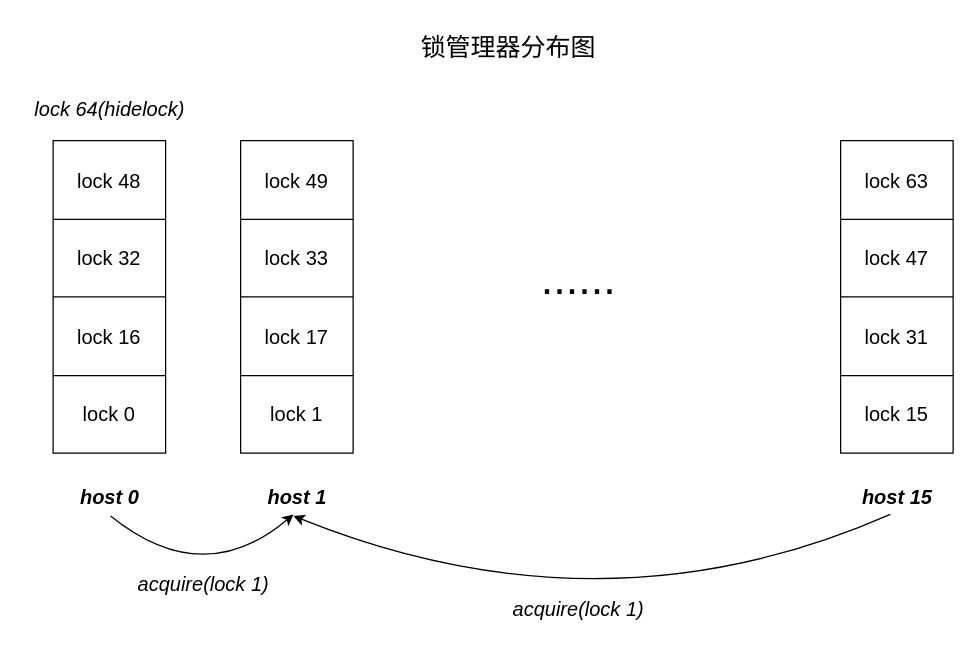
segzix/jiajiaDissertation keeps this draw.io diagram as Img/JIAJIA锁管理器.drawio. Above is the earlier version. Source tidied: cells renumbered, new cells numbered last; positions are measured from the earlier drawing's top-left corner, leaving out a move shared by most shapes. Both pictures are drawn from the tidied source at 125%, with x=0, y=0 at pixel (21, 21).
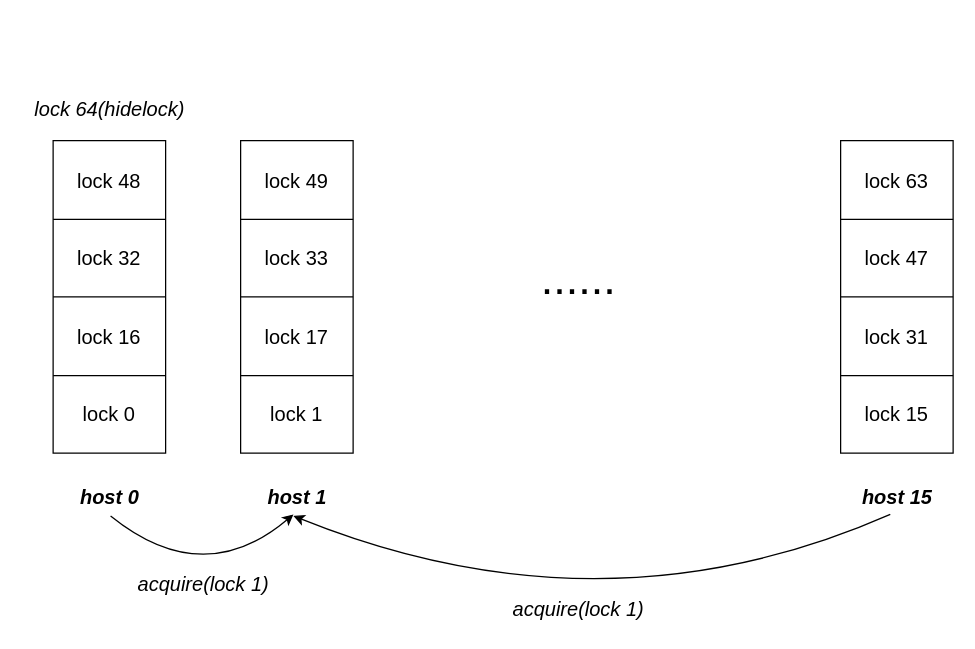
After the change.

Diff of the diagram source:
```diff
@@
-    <mxCell id="34" value="&lt;font style=&quot;font-size: 20px;&quot;&gt;锁管理器分布图&lt;/font&gt;" style="text;html=1;align=center;verticalAlign=middle;strokeColor=none;fillColor=none;" parent="1" vertex="1">
-      <mxGeometry x="309" width="160" height="40" as="geometry" />
-    </mxCell>
```
